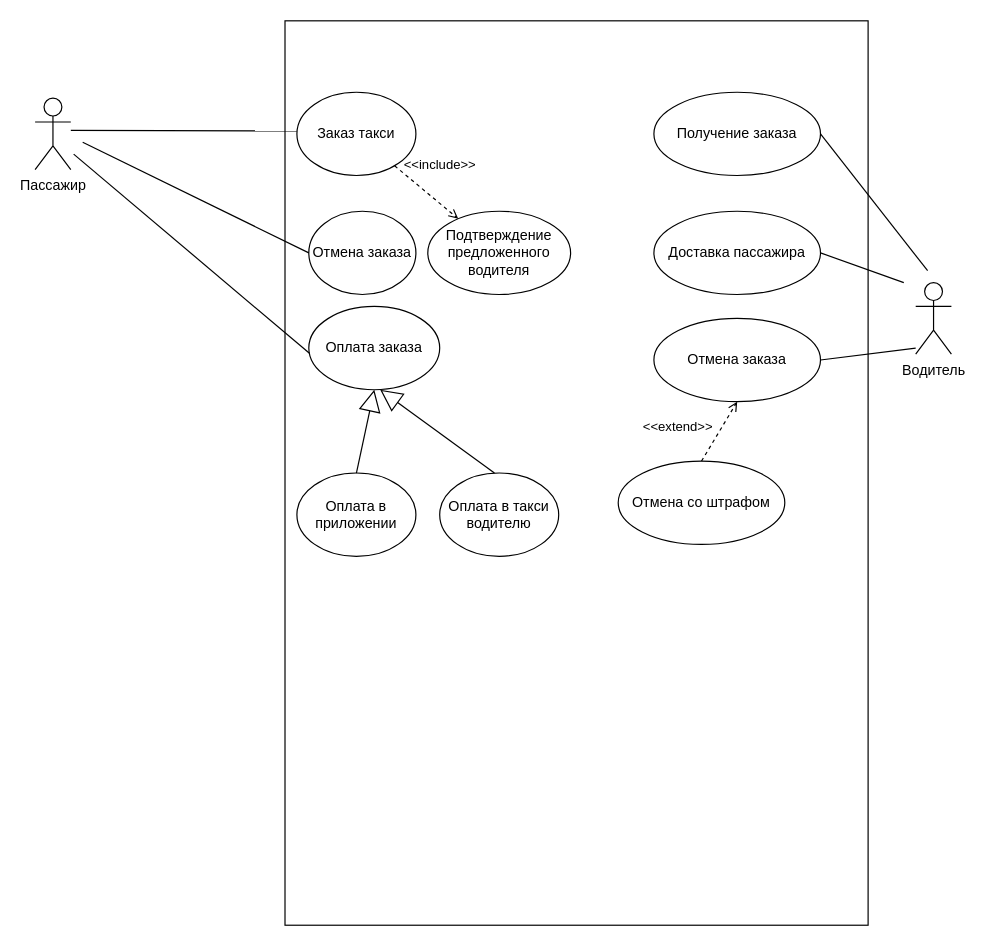
Earlier version of the draw.io diagram use-case.drawio (Leewhocan/9_siaod). Source tidied: cells renumbered, new cells numbered last; positions are measured from the earlier drawing's top-left corner, leaving out a move shared by most shapes. Both pictures are drawn from the tidied source at 119%, with x=0, y=0 at pixel (35, 20).
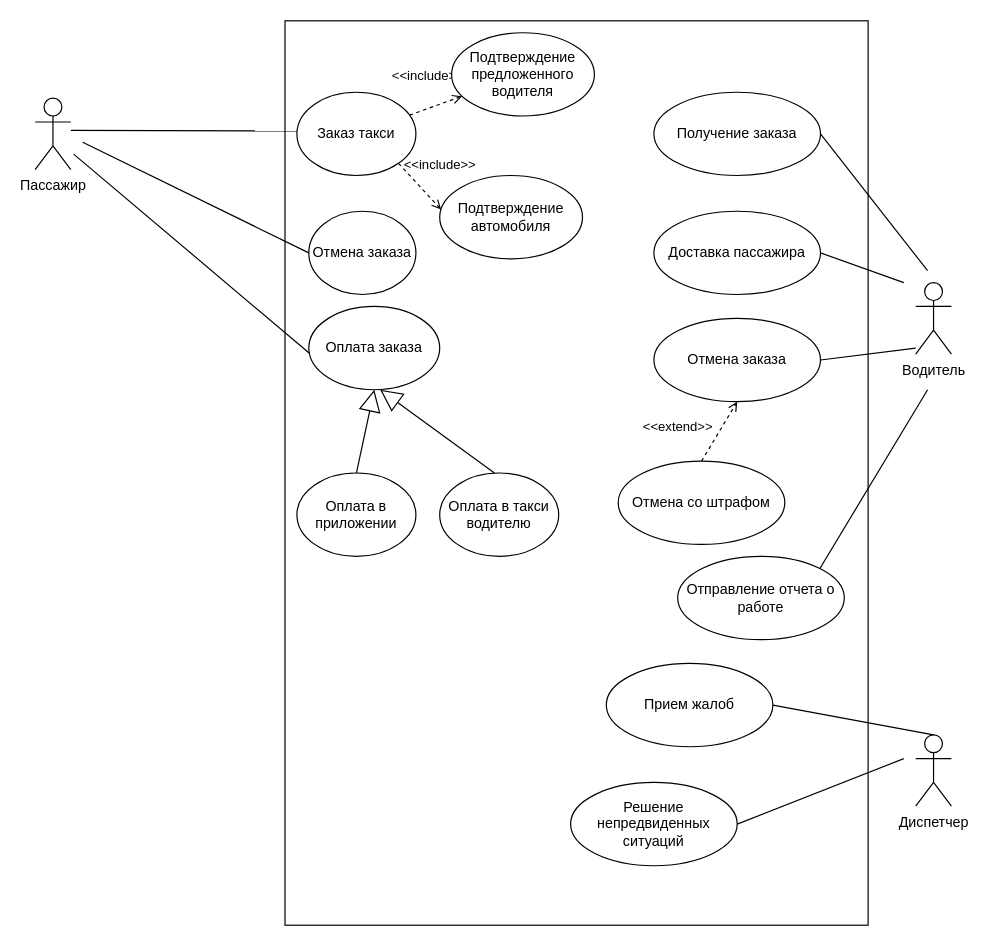
The same page after the edit.

The change refers to these unchanged cells:
```xml
<mxCell id="5" value="Заказ такси" style="ellipse;whiteSpace=wrap;html=1;" parent="1" vertex="1">
  <mxGeometry x="220" y="60" width="100" height="70" as="geometry" />
</mxCell>
```

The edit, as a diff of the source:
```diff
@@
     <mxCell id="8" value="Подтверждение предложенного водителя" style="ellipse;whiteSpace=wrap;html=1;" parent="1" vertex="1">
-      <mxGeometry x="330" y="160" width="120" height="70" as="geometry" />
+      <mxGeometry x="350" y="10" width="120" height="70" as="geometry" />
     </mxCell>
@@
+    <mxCell id="25" value="Диспетчер&lt;br&gt;" style="shape=umlActor;verticalLabelPosition=bottom;verticalAlign=top;html=1;" parent="1" vertex="1">
+      <mxGeometry x="740" y="600" width="30" height="60" as="geometry" />
+    </mxCell>
+    <mxCell id="26" value="Отправление отчета о работе" style="ellipse;whiteSpace=wrap;html=1;" parent="1" vertex="1">
+      <mxGeometry x="540" y="450" width="140" height="70" as="geometry" />
+    </mxCell>
+    <mxCell id="27" style="endArrow=none;html=1;rounded=0;exitX=1;exitY=0;exitDx=0;exitDy=0;" parent="1" edge="1" source="26">
+      <mxGeometry relative="1" as="geometry">
+        <mxPoint x="750" y="310" as="targetPoint" />
+      </mxGeometry>
+    </mxCell>
+    <mxCell id="28" value="Прием жалоб" style="ellipse;whiteSpace=wrap;html=1;" parent="1" vertex="1">
+      <mxGeometry x="480" y="540" width="140" height="70" as="geometry" />
+    </mxCell>
+    <mxCell id="29" value="Решение непредвиденных ситуаций" style="ellipse;whiteSpace=wrap;html=1;" parent="1" vertex="1">
+      <mxGeometry x="450" y="640" width="140" height="70" as="geometry" />
+    </mxCell>
+    <mxCell id="30" style="endArrow=none;html=1;rounded=0;exitX=1;exitY=0.5;exitDx=0;exitDy=0;entryX=0.5;entryY=0;entryDx=0;entryDy=0;entryPerimeter=0;" parent="1" edge="1" source="28" target="25">
+      <mxGeometry relative="1" as="geometry" />
+    </mxCell>
+    <mxCell id="31" value="Подтверждение автомобиля" style="ellipse;whiteSpace=wrap;html=1;" parent="1" vertex="1">
+      <mxGeometry x="340" y="130" width="120" height="70" as="geometry" />
+    </mxCell>
+    <mxCell id="32" value="&amp;lt;&amp;lt;include&amp;gt;&amp;gt;" style="html=1;verticalAlign=bottom;labelBackgroundColor=none;endArrow=open;endFill=0;dashed=1;rounded=0;entryX=0.01;entryY=0.408;entryDx=0;entryDy=0;entryPerimeter=0;exitX=1;exitY=1;exitDx=0;exitDy=0;" parent="1" edge="1" source="5" target="31">
+      <mxGeometry x="0.17" y="18" relative="1" as="geometry" />
+    </mxCell>
+    <mxCell id="33" style="endArrow=none;html=1;rounded=0;exitX=1;exitY=0.5;exitDx=0;exitDy=0;" parent="1" edge="1" source="29">
+      <mxGeometry relative="1" as="geometry">
+        <mxPoint x="730" y="620" as="targetPoint" />
+      </mxGeometry>
+    </mxCell>
```
